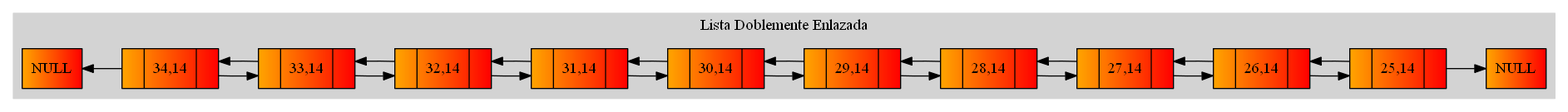
Before: graficaLD.png, a diagram exported from Graphviz (Tiago-130414/EDD_1S2019_P1_201313722). Its source is kept beside it as graficaLD.dot.
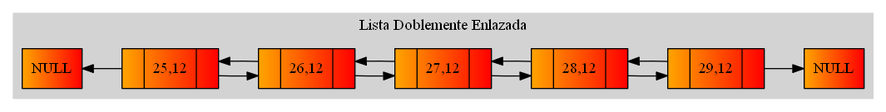
The same diagram one commit later.

What changed in the source:
```diff
@@ -6,37 +6,22 @@
 color = lightgrey;
 node[shape=record];
 NodoPN[label="NULL"style = filled, fillcolor = "orange:red"];
-Nodo34C14[label="{ |34,14| }"style = filled, fillcolor = "orange:red"];
-Nodo33C14[label="{ |33,14| }"style = filled, fillcolor = "orange:red"];
-Nodo32C14[label="{ |32,14| }"style = filled, fillcolor = "orange:red"];
-Nodo31C14[label="{ |31,14| }"style = filled, fillcolor = "orange:red"];
-Nodo30C14[label="{ |30,14| }"style = filled, fillcolor = "orange:red"];
-Nodo29C14[label="{ |29,14| }"style = filled, fillcolor = "orange:red"];
-Nodo28C14[label="{ |28,14| }"style = filled, fillcolor = "orange:red"];
-Nodo27C14[label="{ |27,14| }"style = filled, fillcolor = "orange:red"];
-Nodo26C14[label="{ |26,14| }"style = filled, fillcolor = "orange:red"];
-Nodo25C14[label="{ |25,14| }"style = filled, fillcolor = "orange:red"];
+Nodo25C12[label="{ |25,12| }"style = filled, fillcolor = "orange:red"];
+Nodo26C12[label="{ |26,12| }"style = filled, fillcolor = "orange:red"];
+Nodo27C12[label="{ |27,12| }"style = filled, fillcolor = "orange:red"];
+Nodo28C12[label="{ |28,12| }"style = filled, fillcolor = "orange:red"];
+Nodo29C12[label="{ |29,12| }"style = filled, fillcolor = "orange:red"];
 NodoUN[label="NULL"style = filled, fillcolor = "orange:red"];
-NodoPN->Nodo34C14[dir=back];
-Nodo34C14->Nodo33C14;
-Nodo33C14->Nodo34C14;
-Nodo33C14->Nodo32C14;
-Nodo32C14->Nodo33C14;
-Nodo32C14->Nodo31C14;
-Nodo31C14->Nodo32C14;
-Nodo31C14->Nodo30C14;
-Nodo30C14->Nodo31C14;
-Nodo30C14->Nodo29C14;
-Nodo29C14->Nodo30C14;
-Nodo29C14->Nodo28C14;
-Nodo28C14->Nodo29C14;
-Nodo28C14->Nodo27C14;
-Nodo27C14->Nodo28C14;
-Nodo27C14->Nodo26C14;
-Nodo26C14->Nodo27C14;
-Nodo26C14->Nodo25C14;
-Nodo25C14->Nodo26C14;
-Nodo25C14->NodoUN;
+NodoPN->Nodo25C12[dir=back];
+Nodo25C12->Nodo26C12;
+Nodo26C12->Nodo25C12;
+Nodo26C12->Nodo27C12;
+Nodo27C12->Nodo26C12;
+Nodo27C12->Nodo28C12;
+Nodo28C12->Nodo27C12;
+Nodo28C12->Nodo29C12;
+Nodo29C12->Nodo28C12;
+Nodo29C12->NodoUN;
 label = "Lista Doblemente Enlazada";
 }
 }
```
